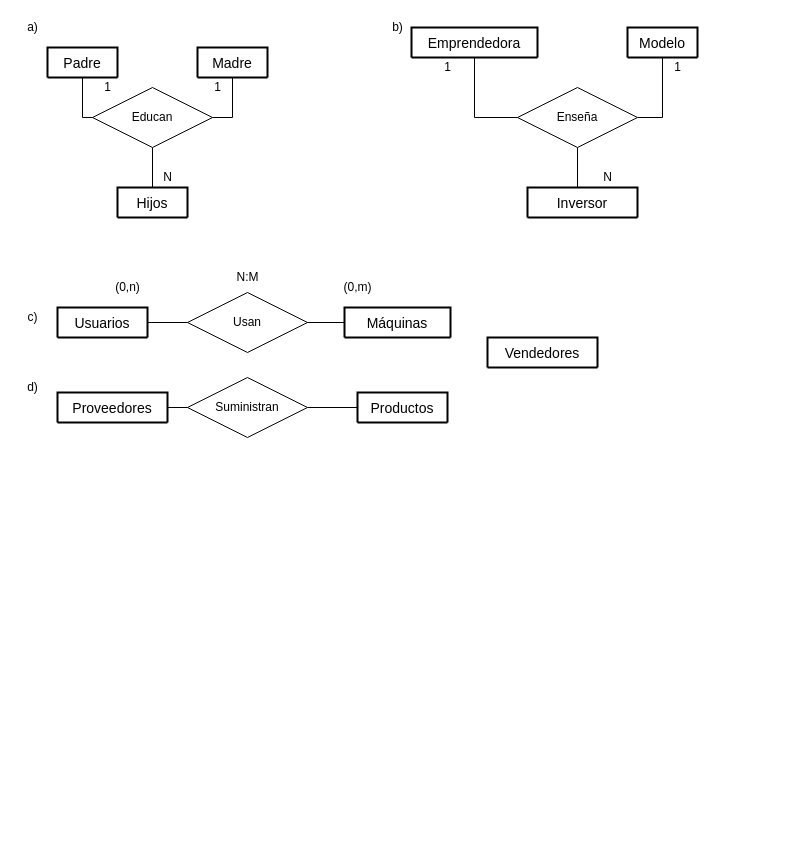
Above: Ejercicios_cardinalidad.drawio in Alejandrogaralv/Bases_de_datos (draw.io), before the change. Source tidied: cells renumbered, new cells numbered last; positions are measured from the earlier drawing's top-left corner, leaving out a move shared by most shapes. Both pictures are drawn from the tidied source at 100%, with x=0, y=0 at pixel (17, 17).
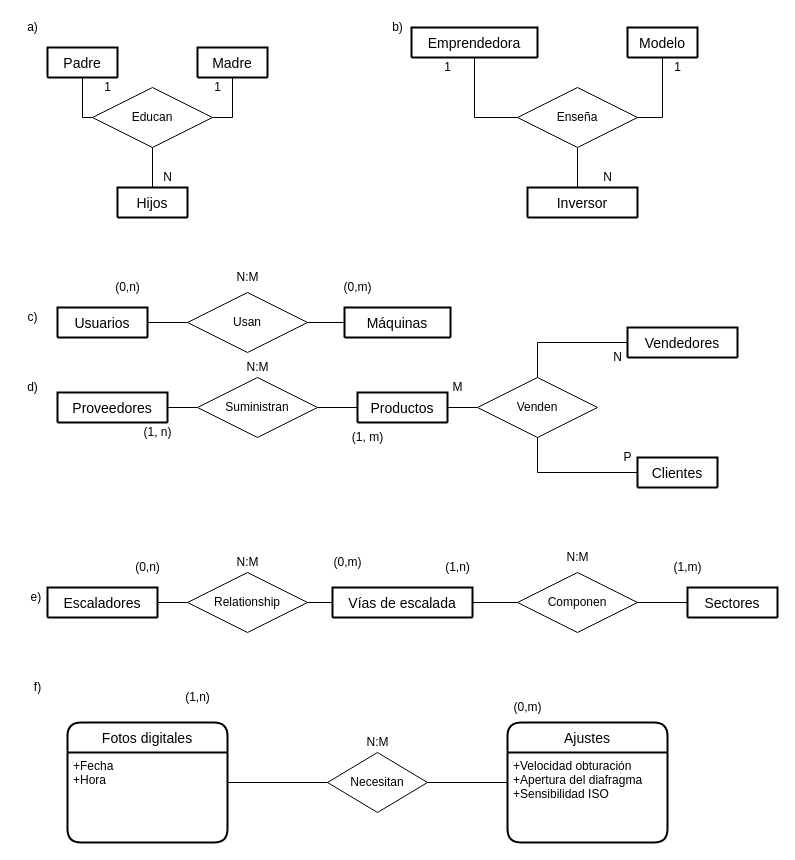
Above is the later version.

The change refers to these unchanged cells:
```xml
<mxCell id="38" value="Productos" style="swimlane;horizontal=1;startSize=30;rounded=1;fontSize=14;fontStyle=0;strokeWidth=2;shadow=0;dashed=0;align=center;" parent="1" vertex="1" collapsed="1">
  <mxGeometry x="340" y="375" width="90" height="30" as="geometry" />
</mxCell>
```

Change to the diagram source:
```diff
@@
     <mxCell id="37" value="Suministran" style="shape=rhombus;perimeter=rhombusPerimeter;whiteSpace=wrap;html=1;align=center;" parent="1" vertex="1">
-      <mxGeometry x="170" y="360" width="120" height="60" as="geometry" />
+      <mxGeometry x="180" y="360" width="120" height="60" as="geometry" />
     </mxCell>
@@
     <mxCell id="39" value="Vendedores" style="swimlane;horizontal=1;startSize=30;rounded=1;fontSize=14;fontStyle=0;strokeWidth=2;shadow=0;dashed=0;align=center;" parent="1" vertex="1" collapsed="1">
-      <mxGeometry x="470" y="320" width="110" height="30" as="geometry" />
+      <mxGeometry x="610" y="310" width="110" height="30" as="geometry" />
     </mxCell>
+    <mxCell id="40" style="edgeStyle=orthogonalEdgeStyle;rounded=0;jettySize=auto;html=1;exitX=0.5;exitY=0;exitDx=0;exitDy=0;entryX=0;entryY=0.5;entryDx=0;entryDy=0;endArrow=none;endFill=0;" parent="1" edge="1" source="42" target="39">
+      <mxGeometry relative="1" as="geometry" />
+    </mxCell>
+    <mxCell id="41" style="edgeStyle=orthogonalEdgeStyle;rounded=0;jettySize=auto;html=1;exitX=0;exitY=0.5;exitDx=0;exitDy=0;entryX=1;entryY=0.5;entryDx=0;entryDy=0;endArrow=none;endFill=0;" parent="1" edge="1" source="42" target="38">
+      <mxGeometry relative="1" as="geometry" />
+    </mxCell>
+    <mxCell id="42" value="Venden" style="shape=rhombus;perimeter=rhombusPerimeter;whiteSpace=wrap;html=1;align=center;" parent="1" vertex="1">
+      <mxGeometry x="460" y="360" width="120" height="60" as="geometry" />
+    </mxCell>
+    <mxCell id="43" style="edgeStyle=orthogonalEdgeStyle;rounded=0;jettySize=auto;html=1;exitX=0;exitY=0.5;exitDx=0;exitDy=0;entryX=0.5;entryY=1;entryDx=0;entryDy=0;endArrow=none;endFill=0;" parent="1" edge="1" source="44" target="42">
+      <mxGeometry relative="1" as="geometry" />
+    </mxCell>
+    <mxCell id="44" value="Clientes" style="swimlane;horizontal=1;startSize=30;rounded=1;fontSize=14;fontStyle=0;strokeWidth=2;shadow=0;dashed=0;align=center;" parent="1" vertex="1" collapsed="1">
+      <mxGeometry x="620" y="440" width="80" height="30" as="geometry" />
+    </mxCell>
+    <mxCell id="45" value="(1, n)" style="text;html=1;align=center;verticalAlign=middle;strokeColor=none;" parent="1" vertex="1">
+      <mxGeometry x="120" y="405" width="40" height="20" as="geometry" />
+    </mxCell>
+    <mxCell id="46" value="(1, m)" style="text;html=1;align=center;verticalAlign=middle;strokeColor=none;" parent="1" vertex="1">
+      <mxGeometry x="325" y="410" width="50" height="20" as="geometry" />
+    </mxCell>
+    <mxCell id="47" value="N:M" style="text;html=1;align=center;verticalAlign=middle;strokeColor=none;" parent="1" vertex="1">
+      <mxGeometry x="220" y="340" width="40" height="20" as="geometry" />
+    </mxCell>
+    <mxCell id="48" value="N" style="text;html=1;align=center;verticalAlign=middle;strokeColor=none;" parent="1" vertex="1">
+      <mxGeometry x="590" y="330" width="20" height="20" as="geometry" />
+    </mxCell>
+    <mxCell id="49" value="M" style="text;html=1;align=center;verticalAlign=middle;strokeColor=none;" parent="1" vertex="1">
+      <mxGeometry x="425" y="360" width="30" height="20" as="geometry" />
+    </mxCell>
+    <mxCell id="50" value="P" style="text;html=1;align=center;verticalAlign=middle;strokeColor=none;" parent="1" vertex="1">
+      <mxGeometry x="600" y="430" width="20" height="20" as="geometry" />
+    </mxCell>
+    <mxCell id="51" value="e)&amp;nbsp;" style="text;html=1;align=center;verticalAlign=middle;strokeColor=none;" parent="1" vertex="1">
+      <mxGeometry x="5" y="570" width="30" height="20" as="geometry" />
+    </mxCell>
+    <mxCell id="52" style="edgeStyle=orthogonalEdgeStyle;rounded=0;jettySize=auto;html=1;endArrow=none;endFill=0;" parent="1" edge="1" source="54" target="55">
+      <mxGeometry relative="1" as="geometry" />
+    </mxCell>
+    <mxCell id="53" style="edgeStyle=orthogonalEdgeStyle;rounded=0;jettySize=auto;html=1;exitX=0;exitY=0.5;exitDx=0;exitDy=0;entryX=1;entryY=0.5;entryDx=0;entryDy=0;endArrow=none;endFill=0;" parent="1" edge="1" source="54" target="59">
+      <mxGeometry relative="1" as="geometry" />
+    </mxCell>
+    <mxCell id="54" value="Vías de escalada" style="swimlane;horizontal=1;startSize=30;rounded=1;fontSize=14;fontStyle=0;strokeWidth=2;shadow=0;dashed=0;align=center;" parent="1" vertex="1" collapsed="1">
+      <mxGeometry x="315" y="570" width="140" height="30" as="geometry" />
+    </mxCell>
+    <mxCell id="55" value="Componen" style="shape=rhombus;perimeter=rhombusPerimeter;whiteSpace=wrap;html=1;align=center;" parent="1" vertex="1">
+      <mxGeometry x="500" y="555" width="120" height="60" as="geometry" />
+    </mxCell>
+    <mxCell id="56" style="edgeStyle=orthogonalEdgeStyle;rounded=0;jettySize=auto;html=1;endArrow=none;endFill=0;" parent="1" edge="1" source="57" target="55">
+      <mxGeometry relative="1" as="geometry" />
+    </mxCell>
+    <mxCell id="57" value="Sectores" style="swimlane;horizontal=1;startSize=30;rounded=1;fontSize=14;fontStyle=0;strokeWidth=2;shadow=0;dashed=0;align=center;" parent="1" vertex="1" collapsed="1">
+      <mxGeometry x="670" y="570" width="90" height="30" as="geometry" />
+    </mxCell>
+    <mxCell id="58" style="edgeStyle=orthogonalEdgeStyle;rounded=0;jettySize=auto;html=1;exitX=0;exitY=0.5;exitDx=0;exitDy=0;entryX=1;entryY=0.5;entryDx=0;entryDy=0;endArrow=none;endFill=0;" parent="1" edge="1" source="59" target="60">
+      <mxGeometry relative="1" as="geometry" />
+    </mxCell>
+    <mxCell id="59" value="Relationship" style="shape=rhombus;perimeter=rhombusPerimeter;whiteSpace=wrap;html=1;align=center;" parent="1" vertex="1">
+      <mxGeometry x="170" y="555" width="120" height="60" as="geometry" />
+    </mxCell>
+    <mxCell id="60" value="Escaladores" style="swimlane;horizontal=1;startSize=30;rounded=1;fontSize=14;fontStyle=0;strokeWidth=2;shadow=0;dashed=0;align=center;" parent="1" vertex="1" collapsed="1">
+      <mxGeometry x="30" y="570" width="110" height="30" as="geometry" />
+    </mxCell>
+    <mxCell id="61" value="(0,m)" style="text;html=1;align=center;verticalAlign=middle;strokeColor=none;" parent="1" vertex="1">
+      <mxGeometry x="310" y="535" width="40" height="20" as="geometry" />
+    </mxCell>
+    <mxCell id="62" value="(0,n)" style="text;html=1;align=center;verticalAlign=middle;strokeColor=none;" parent="1" vertex="1">
+      <mxGeometry x="110" y="540" width="40" height="20" as="geometry" />
+    </mxCell>
+    <mxCell id="63" value="N:M" style="text;html=1;align=center;verticalAlign=middle;strokeColor=none;" parent="1" vertex="1">
+      <mxGeometry x="210" y="535" width="40" height="20" as="geometry" />
+    </mxCell>
+    <mxCell id="64" value="(1,n)" style="text;html=1;align=center;verticalAlign=middle;strokeColor=none;" parent="1" vertex="1">
+      <mxGeometry x="420" y="540" width="40" height="20" as="geometry" />
+    </mxCell>
+    <mxCell id="65" value="(1,m)" style="text;html=1;align=center;verticalAlign=middle;strokeColor=none;" parent="1" vertex="1">
+      <mxGeometry x="650" y="540" width="40" height="20" as="geometry" />
+    </mxCell>
+    <mxCell id="66" value="N:M" style="text;html=1;align=center;verticalAlign=middle;strokeColor=none;" parent="1" vertex="1">
+      <mxGeometry x="540" y="530" width="40" height="20" as="geometry" />
+    </mxCell>
+    <mxCell id="67" value="f)" style="text;html=1;align=center;verticalAlign=middle;strokeColor=none;" parent="1" vertex="1">
+      <mxGeometry x="10" y="660" width="20" height="20" as="geometry" />
+    </mxCell>
+    <mxCell id="68" style="edgeStyle=orthogonalEdgeStyle;rounded=0;jettySize=auto;html=1;exitX=1;exitY=0.5;exitDx=0;exitDy=0;endArrow=none;endFill=0;" parent="1" edge="1" source="69" target="72">
+      <mxGeometry relative="1" as="geometry" />
+    </mxCell>
+    <mxCell id="69" value="Fotos digitales" style="swimlane;horizontal=1;startSize=30;rounded=1;fontSize=14;fontStyle=0;strokeWidth=2;shadow=0;dashed=0;align=center;" parent="1" vertex="1">
+      <mxGeometry x="50" y="705" width="160" height="120" as="geometry" />
+    </mxCell>
+    <mxCell id="70" value="+Fecha&#10;+Hora" style="align=left;strokeColor=none;fillColor=none;spacingLeft=4;fontSize=12;verticalAlign=top;" parent="69" vertex="1">
+      <mxGeometry y="30" width="160" height="90" as="geometry" />
+    </mxCell>
+    <mxCell id="71" style="edgeStyle=orthogonalEdgeStyle;rounded=0;jettySize=auto;html=1;exitX=1;exitY=0.5;exitDx=0;exitDy=0;endArrow=none;endFill=0;entryX=0;entryY=0.5;entryDx=0;entryDy=0;" parent="1" edge="1" source="72" target="73">
+      <mxGeometry relative="1" as="geometry" />
+    </mxCell>
+    <mxCell id="72" value="Necesitan" style="shape=rhombus;perimeter=rhombusPerimeter;whiteSpace=wrap;html=1;align=center;" parent="1" vertex="1">
+      <mxGeometry x="310" y="735" width="100" height="60" as="geometry" />
+    </mxCell>
+    <mxCell id="73" value="Ajustes" style="swimlane;horizontal=1;startSize=30;rounded=1;fontSize=14;fontStyle=0;strokeWidth=2;shadow=0;dashed=0;align=center;" parent="1" vertex="1">
+      <mxGeometry x="490" y="705" width="160" height="120" as="geometry" />
+    </mxCell>
+    <mxCell id="74" value="+Velocidad obturación&#10;+Apertura del diafragma&#10;+Sensibilidad ISO" style="align=left;strokeColor=none;fillColor=none;spacingLeft=4;fontSize=12;verticalAlign=top;" parent="73" vertex="1">
+      <mxGeometry y="30" width="160" height="90" as="geometry" />
+    </mxCell>
+    <mxCell id="75" value="(1,n)" style="text;html=1;align=center;verticalAlign=middle;strokeColor=none;" parent="1" vertex="1">
+      <mxGeometry x="160" y="670" width="40" height="20" as="geometry" />
+    </mxCell>
+    <mxCell id="76" value="(0,m)" style="text;html=1;align=center;verticalAlign=middle;strokeColor=none;" parent="1" vertex="1">
+      <mxGeometry x="490" y="680" width="40" height="20" as="geometry" />
+    </mxCell>
+    <mxCell id="77" value="N:M" style="text;html=1;align=center;verticalAlign=middle;strokeColor=none;" parent="1" vertex="1">
+      <mxGeometry x="340" y="715" width="40" height="20" as="geometry" />
+    </mxCell>
```
